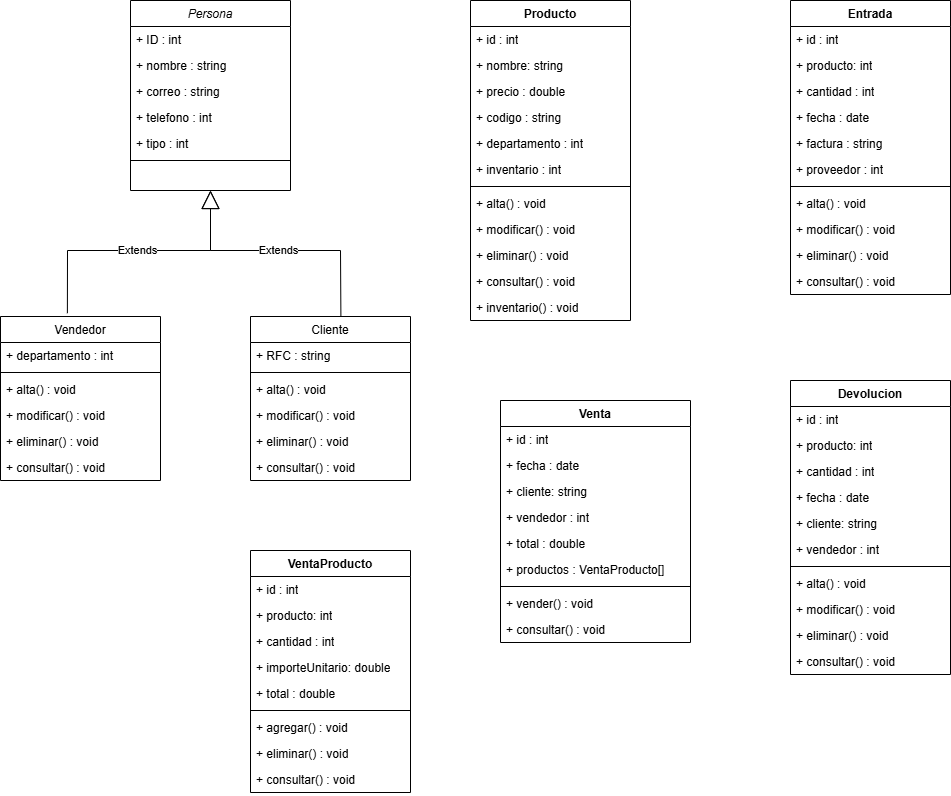
rodur79/varios keeps this draw.io diagram as CursoInfotec_TiendaDepartamental.drawio.png. Above is the earlier version. Source tidied: cells renumbered, new cells last; positions are measured from the earlier drawing's top-left corner, leaving out a move shared by most shapes.
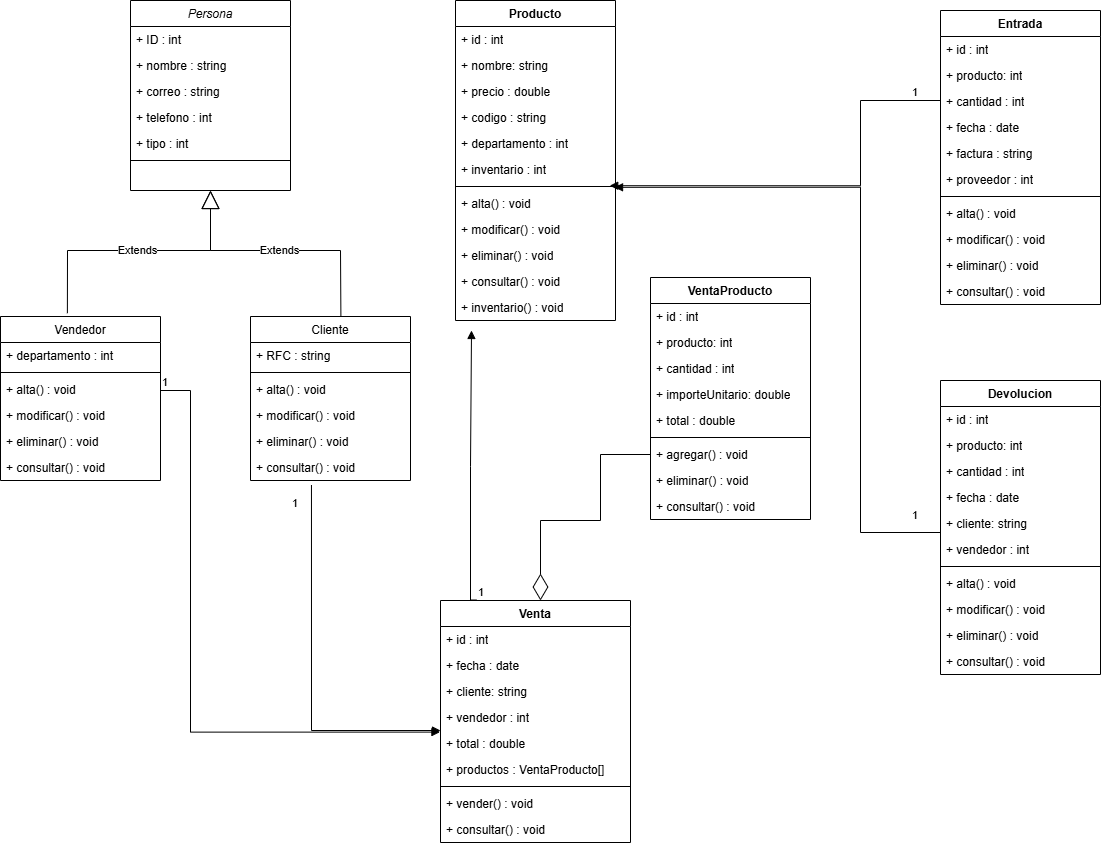
The same file after the commit.

What changed in the source:
```diff
@@ -62,7 +62,7 @@
       </mxGeometry>
     </mxCell>
     <mxCell id="18" value="Producto" style="swimlane;fontStyle=1;align=center;verticalAlign=top;horizontal=1;startSize=26;whiteSpace=wrap;html=1;" parent="1" vertex="1">
-      <mxGeometry x="470" width="160" height="320" as="geometry" />
+      <mxGeometry x="455" width="160" height="320" as="geometry" />
     </mxCell>
     <mxCell id="19" value="+ id : int" style="text;strokeColor=none;fillColor=none;align=left;verticalAlign=top;spacingLeft=4;spacingRight=4;overflow=hidden;whiteSpace=wrap;html=1;" parent="18" vertex="1">
       <mxGeometry y="26" width="160" height="26" as="geometry" />
@@ -122,7 +122,7 @@
       <mxGeometry y="138" width="160" height="26" as="geometry" />
     </mxCell>
     <mxCell id="38" value="Devolucion" style="swimlane;fontStyle=1;align=center;verticalAlign=top;horizontal=1;startSize=26;whiteSpace=wrap;html=1;" parent="1" vertex="1">
-      <mxGeometry x="790" y="380" width="160" height="294" as="geometry" />
+      <mxGeometry x="940" y="380" width="160" height="294" as="geometry" />
     </mxCell>
     <mxCell id="39" value="+ id : int" style="text;strokeColor=none;fillColor=none;align=left;verticalAlign=top;spacingLeft=4;spacingRight=4;overflow=hidden;whiteSpace=wrap;html=1;" parent="38" vertex="1">
       <mxGeometry y="26" width="160" height="26" as="geometry" />
@@ -158,7 +158,7 @@
       <mxGeometry y="268" width="160" height="26" as="geometry" />
     </mxCell>
     <mxCell id="50" value="Entrada" style="swimlane;fontStyle=1;align=center;verticalAlign=top;horizontal=1;startSize=26;whiteSpace=wrap;html=1;" parent="1" vertex="1">
-      <mxGeometry x="790" width="160" height="294" as="geometry" />
+      <mxGeometry x="940" y="10" width="160" height="294" as="geometry" />
     </mxCell>
     <mxCell id="51" value="+ id : int" style="text;strokeColor=none;fillColor=none;align=left;verticalAlign=top;spacingLeft=4;spacingRight=4;overflow=hidden;whiteSpace=wrap;html=1;" parent="50" vertex="1">
       <mxGeometry y="26" width="160" height="26" as="geometry" />
@@ -194,7 +194,7 @@
       <mxGeometry y="268" width="160" height="26" as="geometry" />
     </mxCell>
     <mxCell id="62" value="VentaProducto" style="swimlane;fontStyle=1;align=center;verticalAlign=top;horizontal=1;startSize=26;whiteSpace=wrap;html=1;" parent="1" vertex="1">
-      <mxGeometry x="250" y="550" width="160" height="242" as="geometry" />
+      <mxGeometry x="650" y="277" width="160" height="242" as="geometry" />
     </mxCell>
     <mxCell id="63" value="+ id : int" style="text;strokeColor=none;fillColor=none;align=left;verticalAlign=top;spacingLeft=4;spacingRight=4;overflow=hidden;whiteSpace=wrap;html=1;" parent="62" vertex="1">
       <mxGeometry y="26" width="160" height="26" as="geometry" />
@@ -224,7 +224,7 @@
       <mxGeometry y="216" width="160" height="26" as="geometry" />
     </mxCell>
     <mxCell id="72" value="Venta" style="swimlane;fontStyle=1;align=center;verticalAlign=top;horizontal=1;startSize=26;whiteSpace=wrap;html=1;" parent="1" vertex="1">
-      <mxGeometry x="500" y="400" width="190" height="242" as="geometry" />
+      <mxGeometry x="440" y="600" width="190" height="242" as="geometry" />
     </mxCell>
     <mxCell id="73" value="+ id : int" style="text;strokeColor=none;fillColor=none;align=left;verticalAlign=top;spacingLeft=4;spacingRight=4;overflow=hidden;whiteSpace=wrap;html=1;" parent="72" vertex="1">
       <mxGeometry y="26" width="190" height="26" as="geometry" />
@@ -253,5 +253,80 @@
     <mxCell id="81" value="&lt;span style=&quot;text-wrap-mode: nowrap;&quot;&gt;+ consultar() : void&lt;/span&gt;" style="text;strokeColor=none;fillColor=none;align=left;verticalAlign=top;spacingLeft=4;spacingRight=4;overflow=hidden;whiteSpace=wrap;html=1;" parent="72" vertex="1">
       <mxGeometry y="216" width="190" height="26" as="geometry" />
     </mxCell>
+    <mxCell id="82" style="endArrow=block;endFill=1;html=1;edgeStyle=orthogonalEdgeStyle;align=left;verticalAlign=top;rounded=0;entryX=0;entryY=0;entryDx=0;entryDy=0;entryPerimeter=0;exitX=0.381;exitY=1.173;exitDx=0;exitDy=0;exitPerimeter=0;" parent="1" edge="1" source="37" target="77">
+      <mxGeometry x="-0.86" y="19" relative="1" as="geometry">
+        <Array as="points">
+          <mxPoint x="311" y="730" />
+        </Array>
+        <mxPoint y="1" as="offset" />
+      </mxGeometry>
+    </mxCell>
+    <mxCell id="83" value="1" style="edgeLabel;html=1;align=left;verticalAlign=bottom;" parent="82" vertex="1">
+      <mxGeometry x="-1" relative="1" as="geometry">
+        <mxPoint x="-21" y="26" as="offset" />
+      </mxGeometry>
+    </mxCell>
+    <mxCell id="84" style="endArrow=block;endFill=1;html=1;edgeStyle=orthogonalEdgeStyle;align=left;verticalAlign=top;rounded=0;entryX=0.994;entryY=1.185;entryDx=0;entryDy=0;entryPerimeter=0;exitX=0;exitY=0.846;exitDx=0;exitDy=0;exitPerimeter=0;" parent="1" edge="1" source="43" target="24">
+      <mxGeometry x="-0.85" y="8" relative="1" as="geometry">
+        <Array as="points">
+          <mxPoint x="860" y="532" />
+          <mxPoint x="860" y="187" />
+        </Array>
+      </mxGeometry>
+    </mxCell>
+    <mxCell id="85" value="1" style="edgeLabel;html=1;align=left;verticalAlign=bottom;" parent="84" vertex="1">
+      <mxGeometry x="-1" relative="1" as="geometry">
+        <mxPoint x="-30" y="-9" as="offset" />
+      </mxGeometry>
+    </mxCell>
+    <mxCell id="86" style="endArrow=block;endFill=1;html=1;edgeStyle=orthogonalEdgeStyle;align=left;verticalAlign=top;rounded=0;exitX=0;exitY=0.846;exitDx=0;exitDy=0;exitPerimeter=0;entryX=0.964;entryY=1.123;entryDx=0;entryDy=0;entryPerimeter=0;" parent="1" edge="1" source="53" target="24">
+      <mxGeometry x="-0.68" y="10" relative="1" as="geometry">
+        <Array as="points">
+          <mxPoint x="940" y="100" />
+          <mxPoint x="860" y="100" />
+          <mxPoint x="860" y="185" />
+        </Array>
+      </mxGeometry>
+    </mxCell>
+    <mxCell id="87" value="1" style="edgeLabel;html=1;align=left;verticalAlign=bottom;" parent="86" vertex="1">
+      <mxGeometry x="-1" relative="1" as="geometry">
+        <mxPoint x="-30" y="-10" as="offset" />
+      </mxGeometry>
+    </mxCell>
+    <mxCell id="88" style="endArrow=block;endFill=1;html=1;edgeStyle=orthogonalEdgeStyle;align=left;verticalAlign=top;rounded=0;entryX=-0.003;entryY=1.062;entryDx=0;entryDy=0;entryPerimeter=0;" parent="1" edge="1" target="76">
+      <mxGeometry x="-1" relative="1" as="geometry">
+        <mxPoint x="160" y="390" as="sourcePoint" />
+        <Array as="points">
+          <mxPoint x="190" y="390" />
+          <mxPoint x="190" y="732" />
+        </Array>
+      </mxGeometry>
+    </mxCell>
+    <mxCell id="89" value="1" style="edgeLabel;html=1;align=left;verticalAlign=bottom;" parent="88" vertex="1">
+      <mxGeometry x="-1" relative="1" as="geometry" />
+    </mxCell>
+    <mxCell id="90" style="endArrow=diamondThin;endFill=0;endSize=24;html=1;rounded=0;exitX=0;exitY=0.5;exitDx=0;exitDy=0;" parent="1" edge="1" source="69">
+      <mxGeometry relative="1" as="geometry">
+        <mxPoint x="540" y="600" as="targetPoint" />
+        <Array as="points">
+          <mxPoint x="600" y="454" />
+          <mxPoint x="600" y="520" />
+          <mxPoint x="540" y="520" />
+        </Array>
+      </mxGeometry>
+    </mxCell>
+    <mxCell id="91" style="endArrow=block;endFill=1;html=1;edgeStyle=orthogonalEdgeStyle;align=left;verticalAlign=top;rounded=0;exitX=0.189;exitY=-0.002;exitDx=0;exitDy=0;exitPerimeter=0;" parent="1" edge="1" source="72">
+      <mxGeometry x="-1" relative="1" as="geometry">
+        <mxPoint x="470" y="330" as="targetPoint" />
+        <Array as="points">
+          <mxPoint x="470" y="599" />
+          <mxPoint x="470" y="466" />
+          <mxPoint x="471" y="330" />
+        </Array>
+      </mxGeometry>
+    </mxCell>
+    <mxCell id="92" value="1" style="edgeLabel;html=1;align=left;verticalAlign=bottom;" parent="91" vertex="1">
+      <mxGeometry x="-1" relative="1" as="geometry" />
+    </mxCell>
   </root>
 </mxGraphModel>
```
